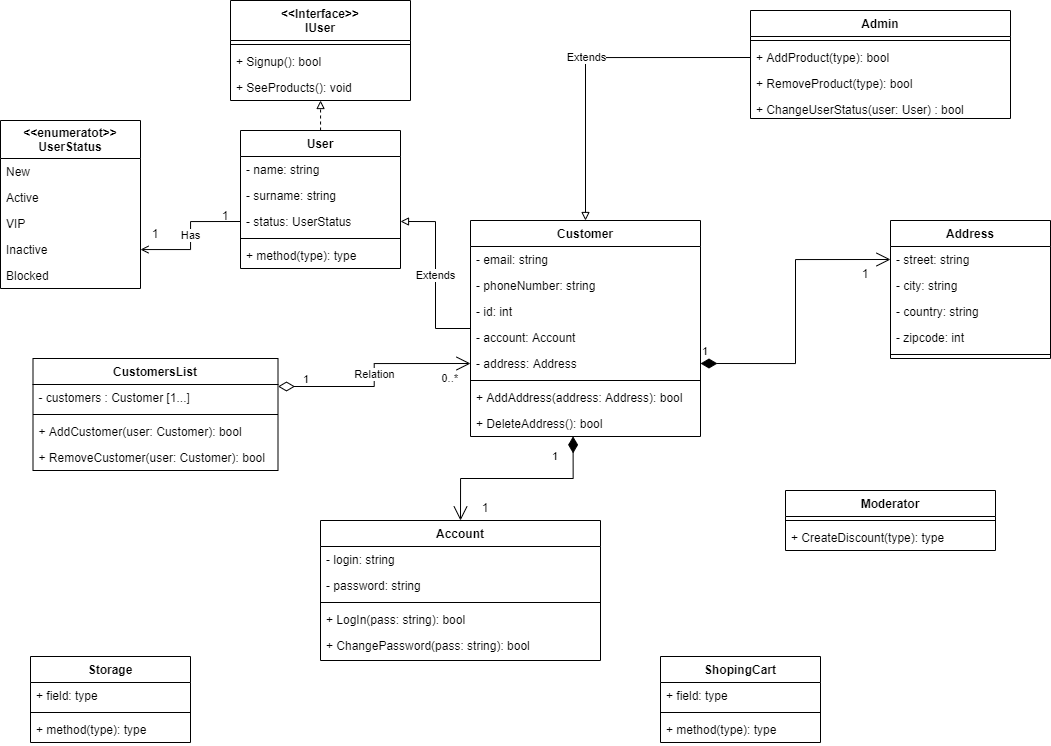
The draw.io diagram ShopConseptualUML.drawio.png in olh-msk/SigmaTask10, before a commit. Source tidied: cells renumbered, new cells last; positions are measured from the earlier drawing's top-left corner, leaving out a move shared by most shapes.
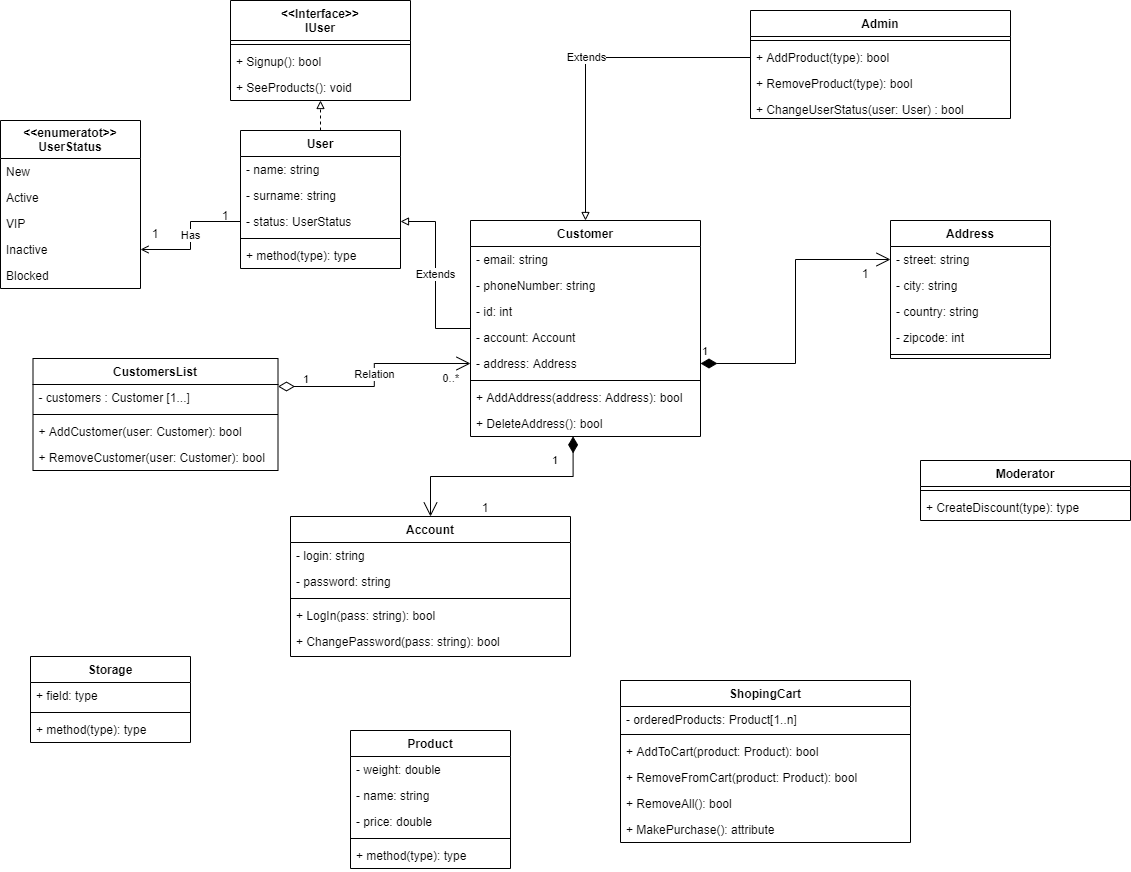
The same file after the commit.

The edit, as a diff of the source:
```diff
@@ -89,7 +89,7 @@
       <mxGeometry y="130" width="160" height="8" as="geometry" />
     </mxCell>
     <mxCell id="29" value="Account" style="swimlane;fontStyle=1;align=center;verticalAlign=top;horizontal=1;startSize=26;" parent="1" vertex="1">
-      <mxGeometry x="320" y="520" width="280" height="140" as="geometry" />
+      <mxGeometry x="290" y="516" width="280" height="140" as="geometry" />
     </mxCell>
     <mxCell id="30" value="- login: string" style="text;strokeColor=none;fillColor=none;align=left;verticalAlign=top;spacingLeft=4;spacingRight=4;overflow=hidden;" parent="29" vertex="1">
       <mxGeometry y="26" width="280" height="26" as="geometry" />
@@ -137,17 +137,26 @@
       <mxGeometry y="190" width="230" height="26" as="geometry" />
     </mxCell>
     <mxCell id="45" value="ShopingCart" style="swimlane;fontStyle=1;align=center;verticalAlign=top;horizontal=1;startSize=26;" parent="1" vertex="1">
-      <mxGeometry x="660" y="656" width="160" height="86" as="geometry" />
+      <mxGeometry x="620" y="680" width="290" height="162" as="geometry" />
     </mxCell>
-    <mxCell id="46" value="+ field: type" style="text;strokeColor=none;fillColor=none;align=left;verticalAlign=top;spacingLeft=4;spacingRight=4;overflow=hidden;" parent="45" vertex="1">
-      <mxGeometry y="26" width="160" height="26" as="geometry" />
+    <mxCell id="46" value="- orderedProducts: Product[1..n]" style="text;strokeColor=none;fillColor=none;align=left;verticalAlign=top;spacingLeft=4;spacingRight=4;overflow=hidden;" parent="45" vertex="1">
+      <mxGeometry y="26" width="290" height="24" as="geometry" />
     </mxCell>
     <mxCell id="47" style="line;strokeWidth=1;fillColor=none;align=left;verticalAlign=middle;spacingTop=-1;spacingLeft=3;spacingRight=3;labelPosition=right;" parent="45" vertex="1">
-      <mxGeometry y="52" width="160" height="8" as="geometry" />
+      <mxGeometry y="50" width="290" height="8" as="geometry" />
     </mxCell>
-    <mxCell id="48" value="+ method(type): type" style="text;strokeColor=none;fillColor=none;align=left;verticalAlign=top;spacingLeft=4;spacingRight=4;overflow=hidden;" parent="45" vertex="1">
-      <mxGeometry y="60" width="160" height="26" as="geometry" />
+    <mxCell id="48" value="+ AddToCart(product: Product): bool" style="text;strokeColor=none;fillColor=none;align=left;verticalAlign=top;spacingLeft=4;spacingRight=4;overflow=hidden;" parent="45" vertex="1">
+      <mxGeometry y="58" width="290" height="26" as="geometry" />
     </mxCell>
+    <mxCell id="73" value="+ RemoveFromCart(product: Product): bool" style="text;strokeColor=none;fillColor=none;align=left;verticalAlign=top;spacingLeft=4;spacingRight=4;overflow=hidden;" parent="45" vertex="1">
+      <mxGeometry y="84" width="290" height="26" as="geometry" />
+    </mxCell>
+    <mxCell id="74" value="+ RemoveAll(): bool" style="text;strokeColor=none;fillColor=none;align=left;verticalAlign=top;spacingLeft=4;spacingRight=4;overflow=hidden;" parent="45" vertex="1">
+      <mxGeometry y="110" width="290" height="26" as="geometry" />
+    </mxCell>
+    <mxCell id="75" value="+ MakePurchase(): attribute" style="text;strokeColor=none;fillColor=none;align=left;verticalAlign=top;spacingLeft=4;spacingRight=4;overflow=hidden;" parent="45" vertex="1">
+      <mxGeometry y="136" width="290" height="26" as="geometry" />
+    </mxCell>
     <mxCell id="49" value="&lt;&lt;enumeratot&gt;&gt;&#10;UserStatus" style="swimlane;fontStyle=1;horizontal=1;startSize=38;fillColor=none;" parent="1" vertex="1">
       <mxGeometry y="120" width="140" height="168" as="geometry" />
     </mxCell>
@@ -204,7 +213,7 @@
       </mxGeometry>
     </mxCell>
     <mxCell id="66" value="Moderator" style="swimlane;fontStyle=1;align=center;verticalAlign=top;horizontal=1;startSize=26;" parent="1" vertex="1">
-      <mxGeometry x="785" y="490" width="210" height="60" as="geometry" />
+      <mxGeometry x="920" y="460" width="210" height="60" as="geometry" />
     </mxCell>
     <mxCell id="67" style="line;strokeWidth=1;fillColor=none;align=left;verticalAlign=middle;spacingTop=-1;spacingLeft=3;spacingRight=3;labelPosition=right;" parent="66" vertex="1">
       <mxGeometry y="26" width="210" height="8" as="geometry" />
@@ -224,5 +233,23 @@
     <mxCell id="72" value="1" style="text;html=1;strokeColor=none;fillColor=none;align=center;verticalAlign=middle;whiteSpace=wrap;rounded=0;" parent="1" vertex="1">
       <mxGeometry x="850" y="268" width="30" height="10" as="geometry" />
     </mxCell>
+    <mxCell id="76" value="Product" style="swimlane;fontStyle=1;align=center;verticalAlign=top;horizontal=1;startSize=26;" parent="1" vertex="1">
+      <mxGeometry x="350" y="730" width="160" height="138" as="geometry" />
+    </mxCell>
+    <mxCell id="77" value="- weight: double" style="text;strokeColor=none;fillColor=none;align=left;verticalAlign=top;spacingLeft=4;spacingRight=4;overflow=hidden;" parent="76" vertex="1">
+      <mxGeometry y="26" width="160" height="26" as="geometry" />
+    </mxCell>
+    <mxCell id="78" value="- name: string" style="text;strokeColor=none;fillColor=none;align=left;verticalAlign=top;spacingLeft=4;spacingRight=4;overflow=hidden;" parent="76" vertex="1">
+      <mxGeometry y="52" width="160" height="26" as="geometry" />
+    </mxCell>
+    <mxCell id="79" value="- price: double" style="text;strokeColor=none;fillColor=none;align=left;verticalAlign=top;spacingLeft=4;spacingRight=4;overflow=hidden;" parent="76" vertex="1">
+      <mxGeometry y="78" width="160" height="26" as="geometry" />
+    </mxCell>
+    <mxCell id="80" style="line;strokeWidth=1;fillColor=none;align=left;verticalAlign=middle;spacingTop=-1;spacingLeft=3;spacingRight=3;labelPosition=right;" parent="76" vertex="1">
+      <mxGeometry y="104" width="160" height="8" as="geometry" />
+    </mxCell>
+    <mxCell id="81" value="+ method(type): type" style="text;strokeColor=none;fillColor=none;align=left;verticalAlign=top;spacingLeft=4;spacingRight=4;overflow=hidden;" parent="76" vertex="1">
+      <mxGeometry y="112" width="160" height="26" as="geometry" />
+    </mxCell>
   </root>
 </mxGraphModel>
```
